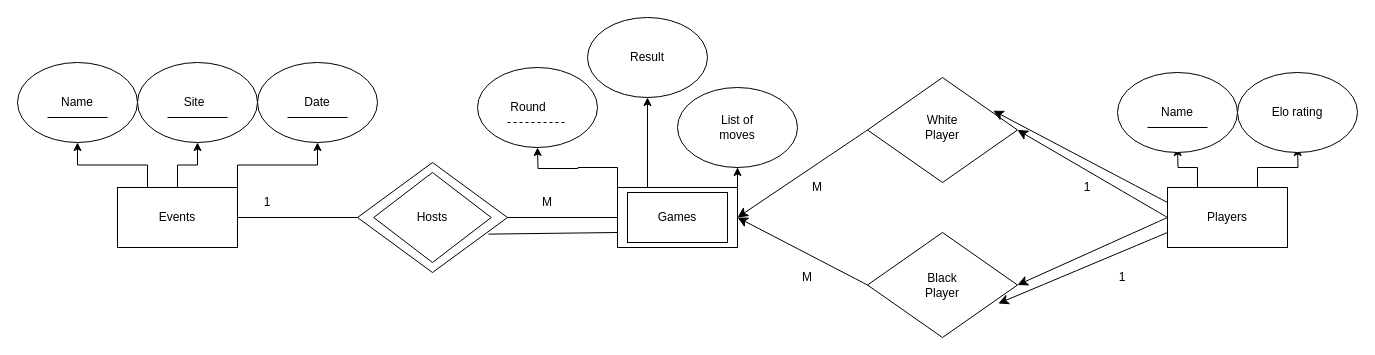
Earlier version of the draw.io diagram ER Models/Homework2/Diagram3.drawio (sepaloscodigos/vigilant-parakeet). Source tidied: cells renumbered, new cells numbered last; positions are measured from the earlier drawing's top-left corner, leaving out a move shared by most shapes. Both pictures are drawn from the tidied source at 100%, with x=0, y=0 at pixel (17, 17).
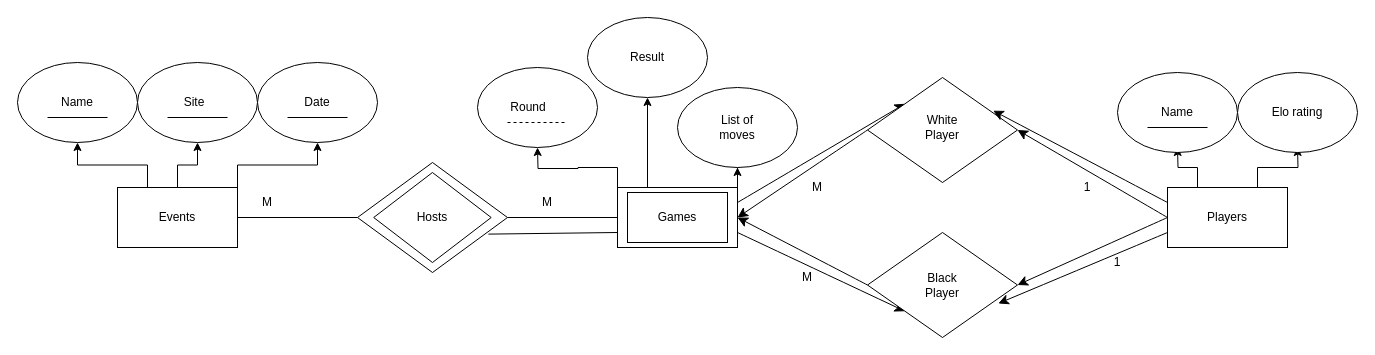
Above is the later version.

Unchanged cells that the change refers to:
```xml
<mxCell id="16" style="rounded=0;whiteSpace=wrap;html=1;" parent="1" vertex="1">
  <mxGeometry x="600" y="170" width="120" height="60" as="geometry" />
</mxCell>
<mxCell id="49" style="rhombus;whiteSpace=wrap;html=1;" parent="1" vertex="1">
  <mxGeometry x="850" y="60" width="150" height="105" as="geometry" />
</mxCell>
<mxCell id="51" style="rhombus;whiteSpace=wrap;html=1;" parent="1" vertex="1">
  <mxGeometry x="850" y="215" width="150" height="105" as="geometry" />
</mxCell>
```

What changed in the source:
```diff
@@
+    <mxCell id="60" style="edgeStyle=none;curved=1;rounded=0;jettySize=auto;html=1;exitX=1;exitY=0.25;exitDx=0;exitDy=0;entryX=0;entryY=0;entryDx=0;entryDy=0;fontSize=12;startSize=8;endSize=8;" parent="1" edge="1" source="16" target="49">
+      <mxGeometry relative="1" as="geometry" />
+    </mxCell>
+    <mxCell id="61" style="edgeStyle=none;curved=1;rounded=0;jettySize=auto;html=1;exitX=1;exitY=0.75;exitDx=0;exitDy=0;entryX=0;entryY=1;entryDx=0;entryDy=0;fontSize=12;startSize=8;endSize=8;" parent="1" edge="1" source="16" target="51">
+      <mxGeometry relative="1" as="geometry" />
+    </mxCell>
@@
-    <mxCell id="40" value="1" style="text;html=1;whiteSpace=wrap;strokeColor=none;fillColor=none;align=center;verticalAlign=middle;rounded=0;" parent="1" vertex="1">
+    <mxCell id="40" value="M" style="text;html=1;whiteSpace=wrap;strokeColor=none;fillColor=none;align=center;verticalAlign=middle;rounded=0;" parent="1" vertex="1">
       <mxGeometry x="220" y="170" width="60" height="30" as="geometry" />
     </mxCell>
@@
     <mxCell id="59" value="1" style="text;html=1;whiteSpace=wrap;strokeColor=none;fillColor=none;align=center;verticalAlign=middle;rounded=0;" parent="1" vertex="1">
-      <mxGeometry x="1075" y="245" width="60" height="30" as="geometry" />
+      <mxGeometry x="1070" y="230" width="60" height="30" as="geometry" />
     </mxCell>
```
